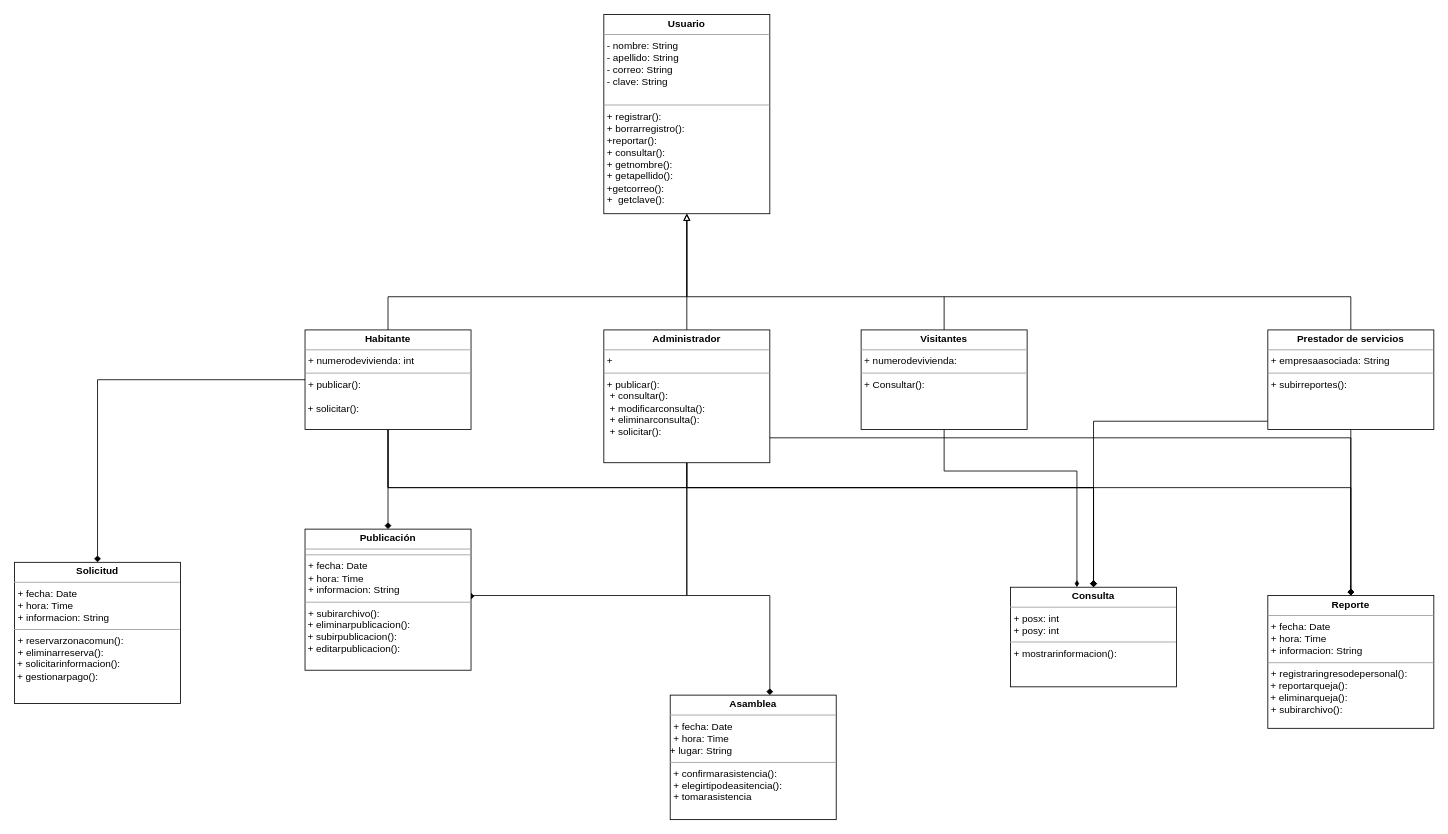
This is Diagrama de clases.drawio from mnivia/Administracion-unidades-cerradas, a draw.io file, before an edit. Source tidied: cells renumbered, new cells numbered last; positions are measured from the earlier drawing's top-left corner, leaving out a move shared by most shapes. Both pictures are drawn from the tidied source at 83%, with x=0, y=0 at pixel (14, 14).
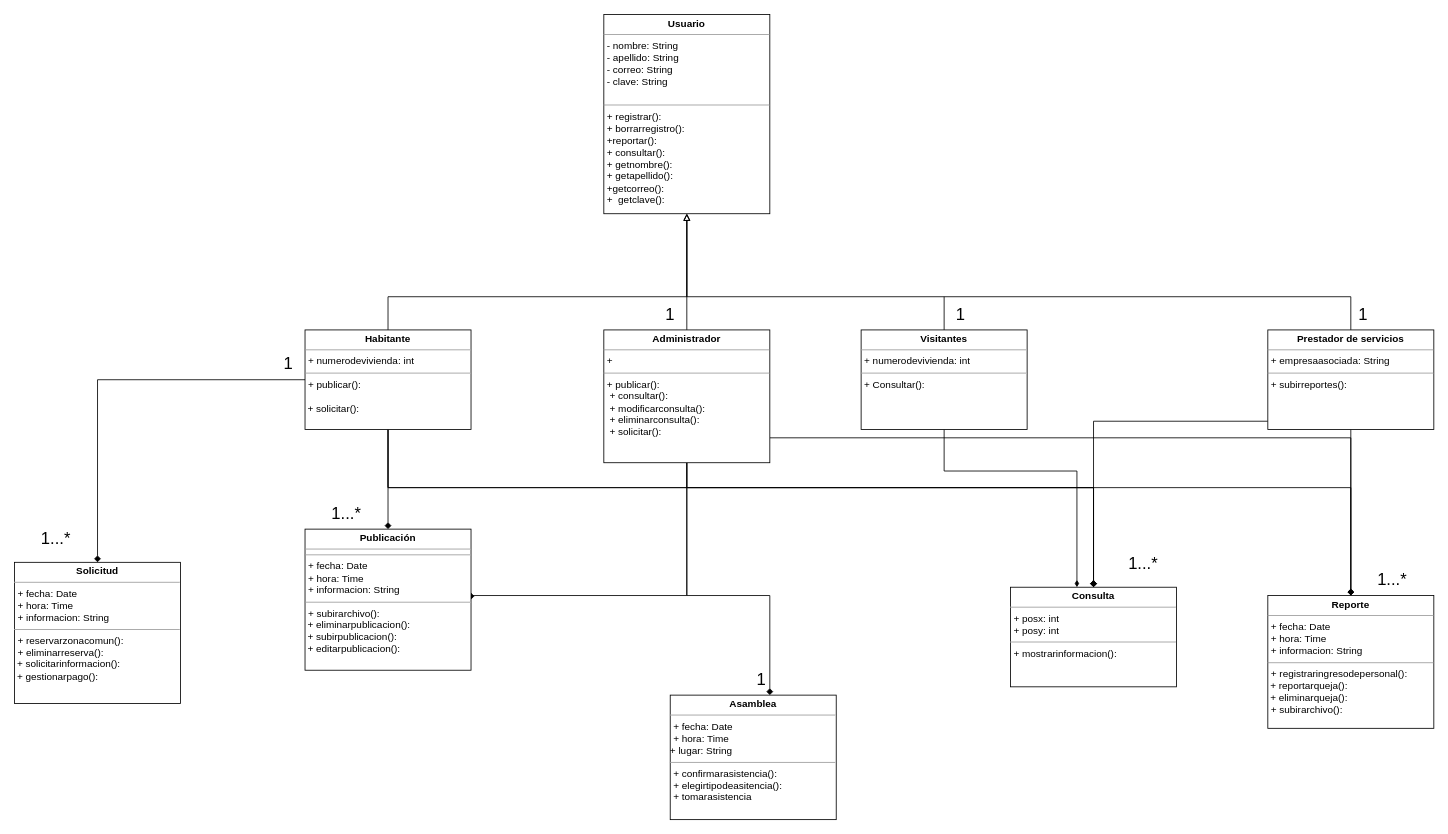
Above is the later version.

What changed in the source:
```diff
@@
-    <mxCell id="25" value="&lt;p style=&quot;margin: 0px ; margin-top: 4px ; text-align: center&quot;&gt;&lt;b&gt;Visitantes&lt;/b&gt;&lt;/p&gt;&lt;hr size=&quot;1&quot;&gt;&lt;p style=&quot;margin: 0px ; margin-left: 4px&quot;&gt;+ numerodevivienda:&amp;nbsp;&lt;/p&gt;&lt;hr size=&quot;1&quot;&gt;&lt;p style=&quot;margin: 0px ; margin-left: 4px&quot;&gt;+ Consultar():&lt;/p&gt;&lt;p style=&quot;margin: 0px ; margin-left: 4px&quot;&gt;&lt;br&gt;&lt;/p&gt;" style="verticalAlign=top;align=left;overflow=fill;fontSize=12;fontFamily=Helvetica;html=1;" parent="1" vertex="1">
+    <mxCell id="25" value="&lt;p style=&quot;margin: 0px ; margin-top: 4px ; text-align: center&quot;&gt;&lt;b&gt;Visitantes&lt;/b&gt;&lt;/p&gt;&lt;hr size=&quot;1&quot;&gt;&lt;p style=&quot;margin: 0px ; margin-left: 4px&quot;&gt;+ numerodevivienda: int&lt;/p&gt;&lt;hr size=&quot;1&quot;&gt;&lt;p style=&quot;margin: 0px ; margin-left: 4px&quot;&gt;+ Consultar():&lt;/p&gt;&lt;p style=&quot;margin: 0px ; margin-left: 4px&quot;&gt;&lt;br&gt;&lt;/p&gt;" style="verticalAlign=top;align=left;overflow=fill;fontSize=12;fontFamily=Helvetica;html=1;" parent="1" vertex="1">
       <mxGeometry x="1020" y="380" width="200" height="120" as="geometry" />
     </mxCell>
@@
+    <mxCell id="27" value="&lt;font style=&quot;font-size: 20px&quot;&gt;1...*&lt;/font&gt;" style="text;html=1;strokeColor=none;fillColor=none;align=center;verticalAlign=middle;whiteSpace=wrap;rounded=0;" parent="1" vertex="1">
+      <mxGeometry y="610" width="100" height="40" as="geometry" />
+    </mxCell>
+    <mxCell id="28" value="&lt;font style=&quot;font-size: 20px&quot;&gt;1...*&lt;/font&gt;" style="text;html=1;strokeColor=none;fillColor=none;align=center;verticalAlign=middle;whiteSpace=wrap;rounded=0;" parent="1" vertex="1">
+      <mxGeometry x="350" y="580" width="100" height="40" as="geometry" />
+    </mxCell>
+    <mxCell id="29" value="&lt;font style=&quot;font-size: 20px&quot;&gt;1...*&lt;/font&gt;" style="text;html=1;strokeColor=none;fillColor=none;align=center;verticalAlign=middle;whiteSpace=wrap;rounded=0;" parent="1" vertex="1">
+      <mxGeometry x="1310" y="640" width="100" height="40" as="geometry" />
+    </mxCell>
+    <mxCell id="30" value="&lt;font style=&quot;font-size: 20px&quot;&gt;1...*&lt;/font&gt;" style="text;html=1;strokeColor=none;fillColor=none;align=center;verticalAlign=middle;whiteSpace=wrap;rounded=0;" parent="1" vertex="1">
+      <mxGeometry x="1610" y="660" width="100" height="40" as="geometry" />
+    </mxCell>
+    <mxCell id="31" value="&lt;font style=&quot;font-size: 20px&quot;&gt;1&lt;/font&gt;" style="text;html=1;strokeColor=none;fillColor=none;align=center;verticalAlign=middle;whiteSpace=wrap;rounded=0;" parent="1" vertex="1">
+      <mxGeometry x="280" y="400" width="100" height="40" as="geometry" />
+    </mxCell>
+    <mxCell id="32" value="&lt;font style=&quot;font-size: 20px&quot;&gt;1&lt;/font&gt;" style="text;html=1;strokeColor=none;fillColor=none;align=center;verticalAlign=middle;whiteSpace=wrap;rounded=0;" parent="1" vertex="1">
+      <mxGeometry x="740" y="340" width="100" height="40" as="geometry" />
+    </mxCell>
+    <mxCell id="33" value="&lt;font style=&quot;font-size: 20px&quot;&gt;1&lt;/font&gt;" style="text;html=1;strokeColor=none;fillColor=none;align=center;verticalAlign=middle;whiteSpace=wrap;rounded=0;" parent="1" vertex="1">
+      <mxGeometry x="1090" y="340" width="100" height="40" as="geometry" />
+    </mxCell>
+    <mxCell id="34" value="&lt;font style=&quot;font-size: 20px&quot;&gt;1&lt;/font&gt;" style="text;html=1;strokeColor=none;fillColor=none;align=center;verticalAlign=middle;whiteSpace=wrap;rounded=0;" parent="1" vertex="1">
+      <mxGeometry x="850" y="780" width="100" height="40" as="geometry" />
+    </mxCell>
+    <mxCell id="35" value="&lt;font style=&quot;font-size: 20px&quot;&gt;1&lt;/font&gt;" style="text;html=1;strokeColor=none;fillColor=none;align=center;verticalAlign=middle;whiteSpace=wrap;rounded=0;" parent="1" vertex="1">
+      <mxGeometry x="1575" y="340" width="100" height="40" as="geometry" />
+    </mxCell>
```
